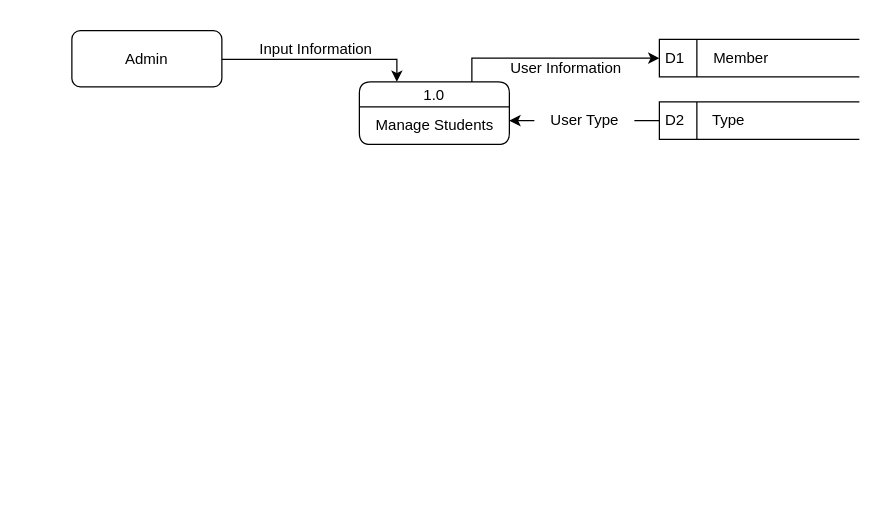
Before: dfd.drawio in Jayrou12345/Flowchart, a draw.io diagram. Source tidied: cells renumbered, new cells numbered last; positions are measured from the earlier drawing's top-left corner, leaving out a move shared by most shapes. Both pictures are drawn from the tidied source at 125%, with x=0, y=0 at pixel (71, 30).
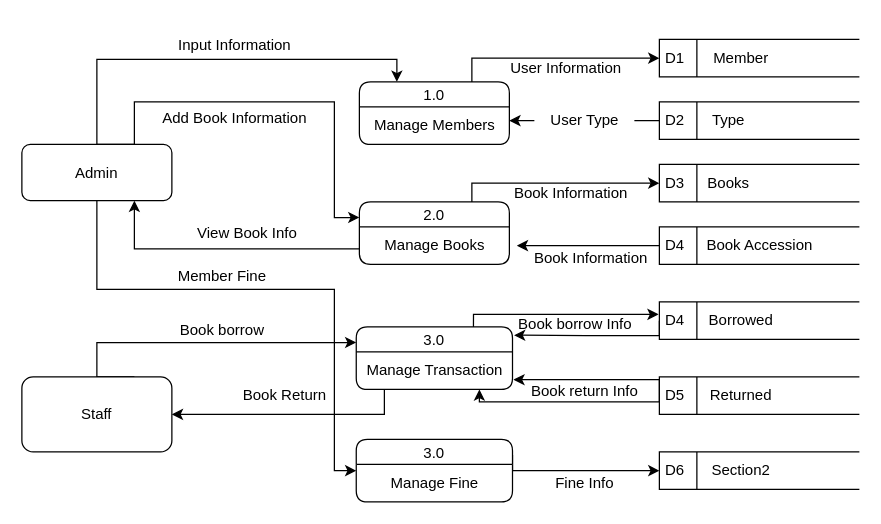
Above is the later version.

The change refers to these unchanged cells:
```xml
<mxCell id="5" value="1.0" style="swimlane;fontStyle=0;horizontal=1;startSize=20;fillColor=#ffffff;swimlaneFillColor=#ffffff;rounded=1;" parent="1" vertex="1">
  <mxGeometry x="230" y="41" width="120" height="50" as="geometry" />
</mxCell>
```

What changed in the source:
```diff
@@
-    <mxCell id="6" value="Manage Students" style="text;html=1;align=center;verticalAlign=middle;strokeColor=none;fillColor=none;" parent="5" vertex="1">
+    <mxCell id="6" value="Manage Members" style="text;html=1;align=center;verticalAlign=middle;strokeColor=none;fillColor=none;" parent="5" vertex="1">
       <mxGeometry y="20" width="120" height="30" as="geometry" />
     </mxCell>
     <mxCell id="7" style="edgeStyle=orthogonalEdgeStyle;rounded=0;jettySize=auto;html=1;exitX=0.75;exitY=0;exitDx=0;exitDy=0;entryX=0.25;entryY=0;entryDx=0;entryDy=0;" parent="1" edge="1" source="8" target="5">
       <mxGeometry relative="1" as="geometry">
         <Array as="points">
-          <mxPoint x="90" y="23" />
+          <mxPoint x="20" y="91" />
+          <mxPoint x="20" y="23" />
           <mxPoint x="260" y="23" />
         </Array>
       </mxGeometry>
     </mxCell>
+    <mxCell id="16" style="edgeStyle=orthogonalEdgeStyle;rounded=0;jettySize=auto;html=1;exitX=0.75;exitY=0;exitDx=0;exitDy=0;entryX=0;entryY=0.25;entryDx=0;entryDy=0;" parent="1" edge="1" source="8" target="20">
+      <mxGeometry relative="1" as="geometry">
+        <Array as="points">
+          <mxPoint x="50" y="57" />
+          <mxPoint x="210" y="57" />
+          <mxPoint x="210" y="150" />
+        </Array>
+      </mxGeometry>
+    </mxCell>
+    <mxCell id="17" style="edgeStyle=orthogonalEdgeStyle;rounded=0;jettySize=auto;html=1;exitX=0.5;exitY=1;exitDx=0;exitDy=0;entryX=0;entryY=0.5;entryDx=0;entryDy=0;" parent="1" edge="1" source="8" target="48">
+      <mxGeometry relative="1" as="geometry">
+        <Array as="points">
+          <mxPoint x="20" y="207" />
+          <mxPoint x="210" y="207" />
+          <mxPoint x="210" y="352" />
+        </Array>
+      </mxGeometry>
+    </mxCell>
     <mxCell id="8" value="Admin" style="rounded=1;whiteSpace=wrap;html=1;" parent="1" vertex="1">
-      <mxGeometry width="120" height="45" as="geometry" />
+      <mxGeometry x="-40" y="91" width="120" height="45" as="geometry" />
     </mxCell>
     <mxCell id="9" value="Input Information" style="text;html=1;align=center;verticalAlign=middle;strokeColor=none;fillColor=none;" parent="1" vertex="1">
-      <mxGeometry x="140" width="110" height="30" as="geometry" />
+      <mxGeometry x="75" y="-3" width="110" height="30" as="geometry" />
     </mxCell>
@@
+    <mxCell id="18" style="edgeStyle=orthogonalEdgeStyle;rounded=0;jettySize=auto;html=1;exitX=0.75;exitY=0;exitDx=0;exitDy=0;entryX=0;entryY=0.5;entryDx=0;entryDy=0;" parent="1" edge="1" source="20" target="26">
+      <mxGeometry relative="1" as="geometry">
+        <Array as="points">
+          <mxPoint x="320" y="122" />
+        </Array>
+      </mxGeometry>
+    </mxCell>
+    <mxCell id="19" style="edgeStyle=orthogonalEdgeStyle;rounded=0;jettySize=auto;html=1;exitX=0;exitY=0.75;exitDx=0;exitDy=0;entryX=0.75;entryY=1;entryDx=0;entryDy=0;" parent="1" edge="1" source="20" target="8">
+      <mxGeometry relative="1" as="geometry" />
+    </mxCell>
+    <mxCell id="20" value="2.0" style="swimlane;fontStyle=0;horizontal=1;startSize=20;fillColor=#ffffff;swimlaneFillColor=#ffffff;rounded=1;" parent="1" vertex="1">
+      <mxGeometry x="230" y="137" width="120" height="50" as="geometry" />
+    </mxCell>
+    <mxCell id="21" value="Manage Books" style="text;html=1;align=center;verticalAlign=middle;points=[];strokeColor=none;fillColor=none;" parent="20" vertex="1">
+      <mxGeometry y="20" width="120" height="30" as="geometry" />
+    </mxCell>
+    <mxCell id="22" style="edgeStyle=orthogonalEdgeStyle;rounded=0;jettySize=auto;html=1;exitX=0.75;exitY=0;exitDx=0;exitDy=0;entryX=-0.004;entryY=0.333;entryDx=0;entryDy=0;entryPerimeter=0;" parent="1" edge="1" source="23" target="34">
+      <mxGeometry relative="1" as="geometry">
+        <Array as="points">
+          <mxPoint x="321" y="227" />
+        </Array>
+      </mxGeometry>
+    </mxCell>
+    <mxCell id="23" value="3.0" style="swimlane;fontStyle=0;horizontal=1;startSize=20;fillColor=#ffffff;swimlaneFillColor=#ffffff;rounded=1;" parent="1" vertex="1">
+      <mxGeometry x="227.5" y="237" width="125" height="50" as="geometry" />
+    </mxCell>
+    <mxCell id="24" value="Manage Transaction" style="text;html=1;align=center;verticalAlign=middle;points=[];strokeColor=none;fillColor=none;" parent="23" vertex="1">
+      <mxGeometry y="20" width="125" height="30" as="geometry" />
+    </mxCell>
+    <mxCell id="25" value="Add Book Information" style="text;html=1;align=center;verticalAlign=middle;strokeColor=none;fillColor=none;" parent="1" vertex="1">
+      <mxGeometry x="60" y="55" width="140" height="30" as="geometry" />
+    </mxCell>
+    <mxCell id="26" value="D3" style="html=1;dashed=0;whiteSpace=wrap;shape=mxgraph.dfd.dataStoreID;align=left;spacingLeft=3;points=[[0,0],[0.5,0],[1,0],[0,0.5],[1,0.5],[0,1],[0.5,1],[1,1]];" parent="1" vertex="1">
+      <mxGeometry x="470" y="107" width="160" height="30" as="geometry" />
+    </mxCell>
+    <mxCell id="27" value="Books" style="text;html=1;align=center;verticalAlign=middle;strokeColor=none;fillColor=none;" parent="1" vertex="1">
+      <mxGeometry x="495" y="107" width="60" height="30" as="geometry" />
+    </mxCell>
+    <mxCell id="28" value="Book Information" style="text;html=1;align=center;verticalAlign=middle;strokeColor=none;fillColor=none;" parent="1" vertex="1">
+      <mxGeometry x="344" y="115" width="110" height="30" as="geometry" />
+    </mxCell>
+    <mxCell id="29" value="D4" style="html=1;dashed=0;whiteSpace=wrap;shape=mxgraph.dfd.dataStoreID;align=left;spacingLeft=3;points=[[0,0],[0.5,0],[1,0],[0,0.5],[1,0.5],[0,1],[0.5,1],[1,1]];" parent="1" vertex="1">
+      <mxGeometry x="470" y="157" width="160" height="30" as="geometry" />
+    </mxCell>
+    <mxCell id="30" value="Book Accession" style="text;html=1;align=center;verticalAlign=middle;strokeColor=none;fillColor=none;" parent="1" vertex="1">
+      <mxGeometry x="495" y="157" width="110" height="30" as="geometry" />
+    </mxCell>
+    <mxCell id="31" style="edgeStyle=orthogonalEdgeStyle;rounded=0;jettySize=auto;html=1;exitX=0;exitY=0.5;exitDx=0;exitDy=0;entryX=1.05;entryY=0.5;entryDx=0;entryDy=0;entryPerimeter=0;" parent="1" edge="1" source="29" target="21">
+      <mxGeometry relative="1" as="geometry" />
+    </mxCell>
+    <mxCell id="32" value="Book Information" style="text;html=1;align=center;verticalAlign=middle;strokeColor=none;fillColor=none;" parent="1" vertex="1">
+      <mxGeometry x="360" y="167" width="110" height="30" as="geometry" />
+    </mxCell>
+    <mxCell id="33" value="View Book Info" style="text;html=1;align=center;verticalAlign=middle;strokeColor=none;fillColor=none;" parent="1" vertex="1">
+      <mxGeometry x="90" y="147" width="100" height="30" as="geometry" />
+    </mxCell>
+    <mxCell id="34" value="D4" style="html=1;dashed=0;whiteSpace=wrap;shape=mxgraph.dfd.dataStoreID;align=left;spacingLeft=3;points=[[0,0],[0.5,0],[1,0],[0,0.5],[1,0.5],[0,1],[0.5,1],[1,1]];" parent="1" vertex="1">
+      <mxGeometry x="470" y="217" width="160" height="30" as="geometry" />
+    </mxCell>
+    <mxCell id="35" value="D5" style="html=1;dashed=0;whiteSpace=wrap;shape=mxgraph.dfd.dataStoreID;align=left;spacingLeft=3;points=[[0,0],[0.5,0],[1,0],[0,0.5],[1,0.5],[0,1],[0.5,1],[1,1]];" parent="1" vertex="1">
+      <mxGeometry x="470" y="277" width="160" height="30" as="geometry" />
+    </mxCell>
+    <mxCell id="36" value="D6" style="html=1;dashed=0;whiteSpace=wrap;shape=mxgraph.dfd.dataStoreID;align=left;spacingLeft=3;points=[[0,0],[0.5,0],[1,0],[0,0.5],[1,0.5],[0,1],[0.5,1],[1,1]];" parent="1" vertex="1">
+      <mxGeometry x="470" y="337" width="160" height="30" as="geometry" />
+    </mxCell>
+    <mxCell id="37" value="Borrowed" style="text;html=1;align=center;verticalAlign=middle;strokeColor=none;fillColor=none;" parent="1" vertex="1">
+      <mxGeometry x="500" y="217" width="70" height="30" as="geometry" />
+    </mxCell>
+    <mxCell id="38" value="Returned" style="text;html=1;align=center;verticalAlign=middle;strokeColor=none;fillColor=none;" parent="1" vertex="1">
+      <mxGeometry x="500" y="277" width="70" height="30" as="geometry" />
+    </mxCell>
+    <mxCell id="39" style="edgeStyle=orthogonalEdgeStyle;rounded=0;jettySize=auto;html=1;exitX=0.75;exitY=0;exitDx=0;exitDy=0;entryX=0;entryY=0.25;entryDx=0;entryDy=0;strokeColor=#000000;" parent="1" edge="1" source="40" target="23">
+      <mxGeometry relative="1" as="geometry">
+        <Array as="points">
+          <mxPoint x="20" y="277" />
+          <mxPoint x="20" y="250" />
+        </Array>
+      </mxGeometry>
+    </mxCell>
+    <mxCell id="40" value="Staff" style="rounded=1;whiteSpace=wrap;html=1;" parent="1" vertex="1">
+      <mxGeometry x="-40" y="277" width="120" height="60" as="geometry" />
+    </mxCell>
+    <mxCell id="41" value="Book borrow Info&amp;nbsp;" style="text;html=1;align=center;verticalAlign=middle;strokeColor=none;fillColor=none;" parent="1" vertex="1">
+      <mxGeometry x="344" y="220" width="120" height="30" as="geometry" />
+    </mxCell>
+    <mxCell id="42" value="Book borrow" style="text;html=1;align=center;verticalAlign=middle;strokeColor=none;fillColor=none;" parent="1" vertex="1">
+      <mxGeometry x="75" y="225" width="90" height="30" as="geometry" />
+    </mxCell>
+    <mxCell id="43" style="edgeStyle=orthogonalEdgeStyle;rounded=0;jettySize=auto;html=1;exitX=0;exitY=0.5;exitDx=0;exitDy=0;entryX=0.788;entryY=1;entryDx=0;entryDy=0;entryPerimeter=0;" parent="1" edge="1" source="35" target="24">
+      <mxGeometry relative="1" as="geometry">
+        <Array as="points">
+          <mxPoint x="470" y="297" />
+          <mxPoint x="326" y="297" />
+        </Array>
+      </mxGeometry>
+    </mxCell>
+    <mxCell id="44" value="Book return Info" style="text;html=1;align=center;verticalAlign=middle;strokeColor=none;fillColor=none;" parent="1" vertex="1">
+      <mxGeometry x="355" y="274" width="110" height="30" as="geometry" />
+    </mxCell>
+    <mxCell id="45" style="edgeStyle=orthogonalEdgeStyle;rounded=0;jettySize=auto;html=1;entryX=1;entryY=0.5;entryDx=0;entryDy=0;" parent="1" edge="1" source="24" target="40">
+      <mxGeometry relative="1" as="geometry">
+        <Array as="points">
+          <mxPoint x="250" y="307" />
+        </Array>
+      </mxGeometry>
+    </mxCell>
+    <mxCell id="46" value="Book Return" style="text;html=1;align=center;verticalAlign=middle;strokeColor=none;fillColor=none;" parent="1" vertex="1">
+      <mxGeometry x="125" y="277" width="90" height="30" as="geometry" />
+    </mxCell>
+    <mxCell id="47" style="edgeStyle=orthogonalEdgeStyle;rounded=0;jettySize=auto;html=1;exitX=1;exitY=0.25;exitDx=0;exitDy=0;entryX=0;entryY=0.5;entryDx=0;entryDy=0;" parent="1" edge="1" source="48" target="36">
+      <mxGeometry relative="1" as="geometry">
+        <Array as="points">
+          <mxPoint x="353" y="352" />
+        </Array>
+      </mxGeometry>
+    </mxCell>
+    <mxCell id="48" value="3.0" style="swimlane;fontStyle=0;horizontal=1;startSize=20;fillColor=#ffffff;swimlaneFillColor=#ffffff;rounded=1;" parent="1" vertex="1">
+      <mxGeometry x="227.5" y="327" width="125" height="50" as="geometry" />
+    </mxCell>
+    <mxCell id="49" value="Manage Fine" style="text;html=1;align=center;verticalAlign=middle;strokeColor=none;fillColor=none;" parent="48" vertex="1">
+      <mxGeometry y="20" width="125" height="30" as="geometry" />
+    </mxCell>
+    <mxCell id="50" value="Section2" style="text;html=1;align=center;verticalAlign=middle;strokeColor=none;fillColor=none;" parent="1" vertex="1">
+      <mxGeometry x="500" y="337" width="70" height="30" as="geometry" />
+    </mxCell>
+    <mxCell id="51" value="Member Fine" style="text;html=1;align=center;verticalAlign=middle;strokeColor=none;fillColor=none;" parent="1" vertex="1">
+      <mxGeometry x="75" y="182" width="90" height="30" as="geometry" />
+    </mxCell>
+    <mxCell id="52" value="Fine Info" style="text;html=1;align=center;verticalAlign=middle;strokeColor=none;fillColor=none;" parent="1" vertex="1">
+      <mxGeometry x="375" y="347" width="70" height="30" as="geometry" />
+    </mxCell>
+    <mxCell id="53" style="edgeStyle=orthogonalEdgeStyle;rounded=0;jettySize=auto;html=1;exitX=0;exitY=0.5;exitDx=0;exitDy=0;entryX=1.01;entryY=0.133;entryDx=0;entryDy=0;entryPerimeter=0;" parent="1" edge="1" source="34" target="23">
+      <mxGeometry relative="1" as="geometry">
+        <Array as="points">
+          <mxPoint x="470" y="244" />
+          <mxPoint x="411" y="244" />
+        </Array>
+      </mxGeometry>
+    </mxCell>
+    <mxCell id="54" style="edgeStyle=orthogonalEdgeStyle;rounded=0;jettySize=auto;html=1;exitX=0;exitY=0.5;exitDx=0;exitDy=0;entryX=1.006;entryY=0.741;entryDx=0;entryDy=0;entryPerimeter=0;" parent="1" edge="1" source="35" target="24">
+      <mxGeometry relative="1" as="geometry">
+        <Array as="points">
+          <mxPoint x="470" y="279" />
+        </Array>
+      </mxGeometry>
+    </mxCell>
```
